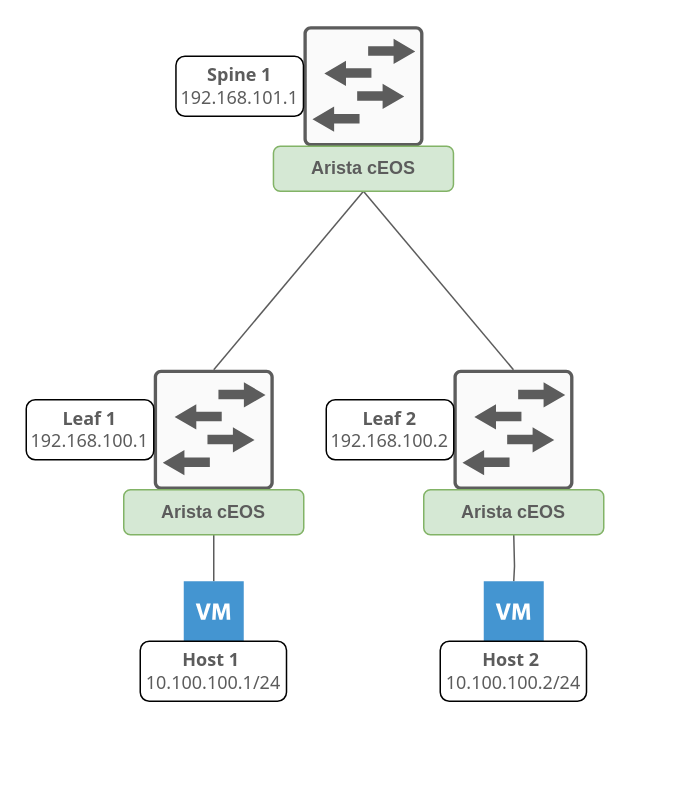
Above: documentation/assets/images/diagrams/VXLAN.drawio in damienarnodo/VXLAN-EVPN (draw.io), before the change. Source tidied: cells renumbered, new cells numbered last; positions are measured from the earlier drawing's top-left corner, leaving out a move shared by most shapes. Both pictures are drawn from the tidied source at 150%, with x=0, y=0 at pixel (26, 26).
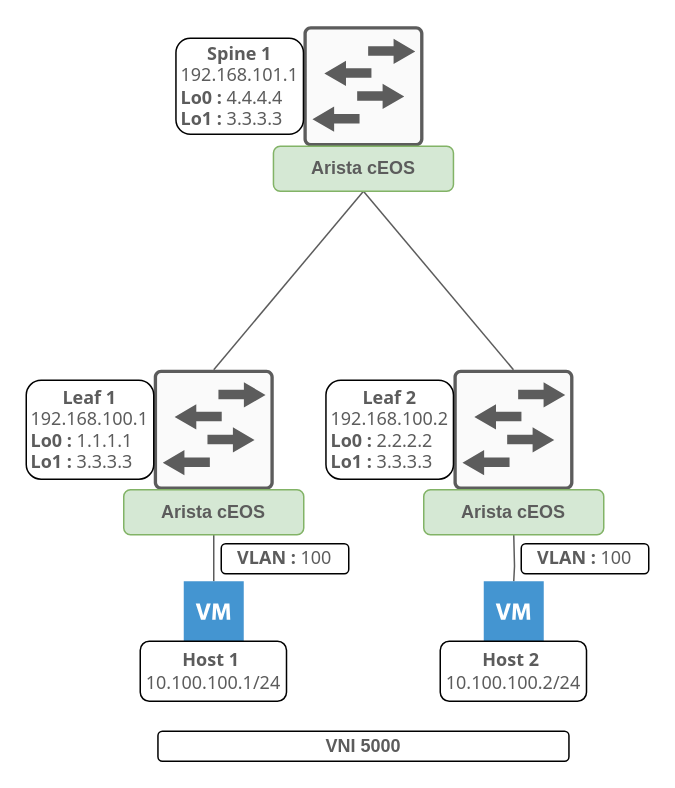
The same page after the edit.

Change to the diagram source:
```diff
@@
-    <mxCell id="12" value="&lt;div style=&quot;&quot;&gt;&lt;b style=&quot;color: rgb(92, 92, 92); font-family: Tahoma; background-color: initial;&quot;&gt;Spine 1&lt;/b&gt;&lt;/div&gt;&lt;font color=&quot;#5c5c5c&quot; face=&quot;Tahoma&quot;&gt;&lt;div style=&quot;&quot;&gt;&lt;span style=&quot;background-color: initial;&quot;&gt;192.168.101.1&lt;/span&gt;&lt;/div&gt;&lt;/font&gt;" style="rounded=1;whiteSpace=wrap;html=1;align=center;" parent="1" vertex="1">
-      <mxGeometry x="99.8" y="20" width="85" height="40" as="geometry" />
+    <mxCell id="12" value="&lt;div style=&quot;&quot;&gt;&lt;b style=&quot;color: rgb(92, 92, 92); font-family: Tahoma; background-color: initial;&quot;&gt;Spine 1&lt;/b&gt;&lt;/div&gt;&lt;font color=&quot;#5c5c5c&quot; face=&quot;Tahoma&quot;&gt;&lt;div style=&quot;&quot;&gt;&lt;span style=&quot;background-color: initial;&quot;&gt;192.168.101.1&lt;/span&gt;&lt;/div&gt;&lt;div style=&quot;&quot;&gt;&lt;div style=&quot;border-color: var(--border-color); color: rgb(0, 0, 0); font-family: Helvetica; text-align: left;&quot;&gt;&lt;font style=&quot;border-color: var(--border-color);&quot; face=&quot;Tahoma&quot; color=&quot;#5c5c5c&quot;&gt;&lt;b style=&quot;border-color: var(--border-color);&quot;&gt;Lo0 : &lt;/b&gt;&lt;span style=&quot;border-color: var(--border-color);&quot;&gt;4&lt;/span&gt;.4.4.4&lt;b style=&quot;border-color: var(--border-color);&quot;&gt;&amp;nbsp;&lt;/b&gt;&lt;/font&gt;&lt;/div&gt;&lt;div style=&quot;border-color: var(--border-color); color: rgb(0, 0, 0); font-family: Helvetica; text-align: left;&quot;&gt;&lt;font style=&quot;border-color: var(--border-color);&quot; face=&quot;Tahoma&quot; color=&quot;#5c5c5c&quot;&gt;&lt;b style=&quot;border-color: var(--border-color);&quot;&gt;Lo1 :&amp;nbsp;&lt;/b&gt;3.3.3.3&lt;/font&gt;&lt;/div&gt;&lt;/div&gt;&lt;/font&gt;" style="rounded=1;whiteSpace=wrap;html=1;align=center;" parent="1" vertex="1">
+      <mxGeometry x="99.8" y="8" width="85" height="64" as="geometry" />
     </mxCell>
-    <mxCell id="13" value="&lt;div style=&quot;&quot;&gt;&lt;b style=&quot;color: rgb(92, 92, 92); font-family: Tahoma; background-color: initial;&quot;&gt;Leaf 1&lt;/b&gt;&lt;/div&gt;&lt;font color=&quot;#5c5c5c&quot; face=&quot;Tahoma&quot;&gt;&lt;div style=&quot;&quot;&gt;&lt;span style=&quot;background-color: initial;&quot;&gt;192.168.100.1&lt;/span&gt;&lt;/div&gt;&lt;/font&gt;" style="rounded=1;whiteSpace=wrap;html=1;align=center;" parent="1" vertex="1">
-      <mxGeometry y="249" width="85" height="40" as="geometry" />
+    <mxCell id="13" value="&lt;div style=&quot;&quot;&gt;&lt;b style=&quot;color: rgb(92, 92, 92); font-family: Tahoma; background-color: initial;&quot;&gt;Leaf 1&lt;/b&gt;&lt;/div&gt;&lt;font color=&quot;#5c5c5c&quot; face=&quot;Tahoma&quot;&gt;&lt;div style=&quot;&quot;&gt;&lt;span style=&quot;background-color: initial;&quot;&gt;192.168.100.1&lt;/span&gt;&lt;/div&gt;&lt;div style=&quot;&quot;&gt;&lt;div style=&quot;border-color: var(--border-color); color: rgb(0, 0, 0); font-family: Helvetica; text-align: left;&quot;&gt;&lt;font style=&quot;border-color: var(--border-color);&quot; face=&quot;Tahoma&quot; color=&quot;#5c5c5c&quot;&gt;&lt;b style=&quot;border-color: var(--border-color);&quot;&gt;Lo0 :&amp;nbsp;&lt;/b&gt;1.1.1.1&lt;b style=&quot;border-color: var(--border-color);&quot;&gt;&amp;nbsp;&lt;/b&gt;&lt;/font&gt;&lt;/div&gt;&lt;div style=&quot;border-color: var(--border-color); color: rgb(0, 0, 0); font-family: Helvetica; text-align: left;&quot;&gt;&lt;font style=&quot;border-color: var(--border-color);&quot; face=&quot;Tahoma&quot; color=&quot;#5c5c5c&quot;&gt;&lt;b style=&quot;border-color: var(--border-color);&quot;&gt;Lo1 :&amp;nbsp;&lt;/b&gt;3.3.3.3&lt;/font&gt;&lt;/div&gt;&lt;/div&gt;&lt;/font&gt;" style="rounded=1;whiteSpace=wrap;html=1;align=center;" parent="1" vertex="1">
+      <mxGeometry y="236" width="85" height="66" as="geometry" />
     </mxCell>
-    <mxCell id="14" value="&lt;div style=&quot;&quot;&gt;&lt;b style=&quot;color: rgb(92, 92, 92); font-family: Tahoma; background-color: initial;&quot;&gt;Leaf 2&lt;/b&gt;&lt;/div&gt;&lt;font color=&quot;#5c5c5c&quot; face=&quot;Tahoma&quot;&gt;&lt;div style=&quot;&quot;&gt;&lt;span style=&quot;background-color: initial;&quot;&gt;192.168.100.2&lt;/span&gt;&lt;/div&gt;&lt;/font&gt;" style="rounded=1;whiteSpace=wrap;html=1;align=center;" parent="1" vertex="1">
-      <mxGeometry x="200" y="249" width="85" height="40" as="geometry" />
+    <mxCell id="14" value="&lt;div style=&quot;&quot;&gt;&lt;b style=&quot;color: rgb(92, 92, 92); font-family: Tahoma; background-color: initial;&quot;&gt;Leaf 2&lt;/b&gt;&lt;/div&gt;&lt;font color=&quot;#5c5c5c&quot; face=&quot;Tahoma&quot;&gt;&lt;div style=&quot;&quot;&gt;&lt;span style=&quot;background-color: initial;&quot;&gt;192.168.100.2&lt;/span&gt;&lt;/div&gt;&lt;div style=&quot;&quot;&gt;&lt;div style=&quot;border-color: var(--border-color); color: rgb(0, 0, 0); font-family: Helvetica; text-align: left;&quot;&gt;&lt;font style=&quot;border-color: var(--border-color);&quot; face=&quot;Tahoma&quot; color=&quot;#5c5c5c&quot;&gt;&lt;b style=&quot;border-color: var(--border-color);&quot;&gt;Lo0 :&amp;nbsp;&lt;/b&gt;2.2.2.2&lt;b style=&quot;border-color: var(--border-color);&quot;&gt;&amp;nbsp;&lt;/b&gt;&lt;/font&gt;&lt;/div&gt;&lt;div style=&quot;border-color: var(--border-color); color: rgb(0, 0, 0); font-family: Helvetica; text-align: left;&quot;&gt;&lt;font style=&quot;border-color: var(--border-color);&quot; face=&quot;Tahoma&quot; color=&quot;#5c5c5c&quot;&gt;&lt;b style=&quot;border-color: var(--border-color);&quot;&gt;Lo1 :&amp;nbsp;&lt;/b&gt;3.3.3.3&lt;/font&gt;&lt;/div&gt;&lt;/div&gt;&lt;/font&gt;" style="rounded=1;whiteSpace=wrap;html=1;align=center;" parent="1" vertex="1">
+      <mxGeometry x="199.8" y="236" width="85" height="66" as="geometry" />
     </mxCell>
@@
+    <mxCell id="19" value="&lt;font color=&quot;#5c5c5c&quot;&gt;&lt;b&gt;VNI 5000&lt;/b&gt;&lt;/font&gt;" style="rounded=1;whiteSpace=wrap;html=1;" parent="1" vertex="1">
+      <mxGeometry x="87.8" y="470" width="274" height="20" as="geometry" />
+    </mxCell>
+    <mxCell id="20" value="&lt;div style=&quot;&quot;&gt;&lt;font face=&quot;Tahoma&quot; color=&quot;#5c5c5c&quot;&gt;&lt;b&gt;VLAN : &lt;/b&gt;100&lt;/font&gt;&lt;/div&gt;" style="rounded=1;whiteSpace=wrap;html=1;align=center;" parent="1" vertex="1">
+      <mxGeometry x="330" y="345" width="85" height="20" as="geometry" />
+    </mxCell>
+    <mxCell id="21" value="&lt;div style=&quot;&quot;&gt;&lt;font face=&quot;Tahoma&quot; color=&quot;#5c5c5c&quot;&gt;&lt;b&gt;VLAN : &lt;/b&gt;100&lt;/font&gt;&lt;/div&gt;" style="rounded=1;whiteSpace=wrap;html=1;align=center;" parent="1" vertex="1">
+      <mxGeometry x="130" y="345" width="85" height="20" as="geometry" />
+    </mxCell>
```
